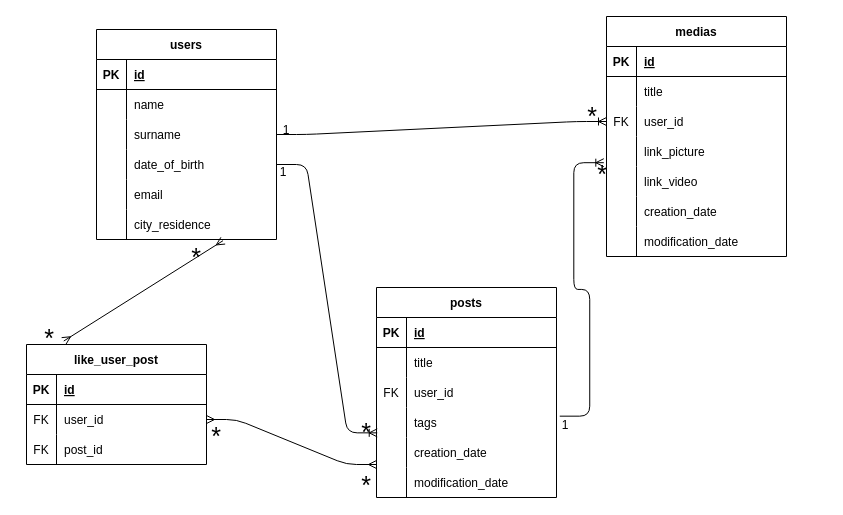
This is schema.drawio from danieledisco/social-platform, a draw.io file, before an edit. Source tidied: cells renumbered, new cells numbered last; positions are measured from the earlier drawing's top-left corner, leaving out a move shared by most shapes. Both pictures are drawn from the tidied source at 100%, with x=0, y=0 at pixel (26, 16).
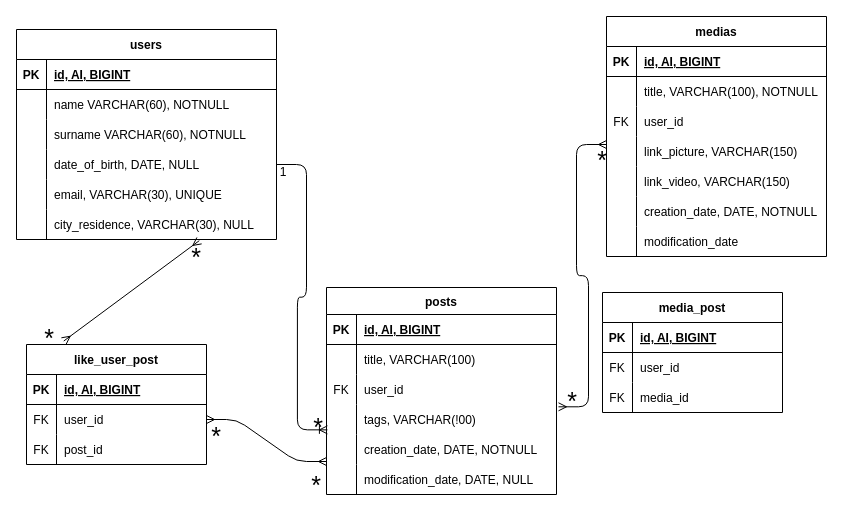
After the change.

Unchanged cells that the change refers to:
```xml
<mxCell id="70" style="shape=tableRow;horizontal=0;startSize=0;swimlaneHead=0;swimlaneBody=0;fillColor=none;top=0;left=0;right=0;bottom=1;" parent="69" vertex="1">
  <mxGeometry y="30" width="180" height="30" as="geometry" />
</mxCell>
```

The edit, as a diff of the source:
```diff
@@
     <mxCell id="2" value="users" style="shape=table;startSize=30;childLayout=tableLayout;rowLines=0;fontStyle=1;align=center;" parent="1" vertex="1">
-      <mxGeometry x="70" y="13" width="180" height="210" as="geometry" />
+      <mxGeometry x="-10" y="13" width="260" height="210" as="geometry" />
     </mxCell>
     <mxCell id="3" style="shape=tableRow;horizontal=0;startSize=0;swimlaneHead=0;swimlaneBody=0;fillColor=none;top=0;left=0;right=0;bottom=1;" parent="2" vertex="1">
-      <mxGeometry y="30" width="180" height="30" as="geometry" />
+      <mxGeometry y="30" width="260" height="30" as="geometry" />
     </mxCell>
@@
-    <mxCell id="5" value="id" style="shape=partialRectangle;fillColor=none;top=0;left=0;bottom=0;right=0;align=left;spacingLeft=6;fontStyle=5;overflow=hidden;" parent="3" vertex="1">
-      <mxGeometry x="30" width="150" height="30" as="geometry" />
+    <mxCell id="5" value="id, AI, BIGINT" style="shape=partialRectangle;fillColor=none;top=0;left=0;bottom=0;right=0;align=left;spacingLeft=6;fontStyle=5;overflow=hidden;" parent="3" vertex="1">
+      <mxGeometry x="30" width="230" height="30" as="geometry" />
     </mxCell>
     <mxCell id="6" style="shape=tableRow;horizontal=0;startSize=0;swimlaneHead=0;swimlaneBody=0;fillColor=none;top=0;left=0;right=0;bottom=0;" parent="2" vertex="1">
-      <mxGeometry y="60" width="180" height="30" as="geometry" />
+      <mxGeometry y="60" width="260" height="30" as="geometry" />
     </mxCell>
@@
-    <mxCell id="8" value="name" style="shape=partialRectangle;fillColor=none;top=0;left=0;bottom=0;right=0;align=left;spacingLeft=6;overflow=hidden;" parent="6" vertex="1">
-      <mxGeometry x="30" width="150" height="30" as="geometry" />
+    <mxCell id="8" value="name VARCHAR(60), NOTNULL" style="shape=partialRectangle;fillColor=none;top=0;left=0;bottom=0;right=0;align=left;spacingLeft=6;overflow=hidden;" parent="6" vertex="1">
+      <mxGeometry x="30" width="230" height="30" as="geometry" />
     </mxCell>
     <mxCell id="9" style="shape=tableRow;horizontal=0;startSize=0;swimlaneHead=0;swimlaneBody=0;fillColor=none;points=[[0,0.5],[1,0.5]];portConstraint=eastwest;top=0;left=0;right=0;bottom=0;" parent="2" vertex="1">
-      <mxGeometry y="90" width="180" height="30" as="geometry" />
+      <mxGeometry y="90" width="260" height="30" as="geometry" />
     </mxCell>
@@
-    <mxCell id="11" value="surname" style="shape=partialRectangle;fillColor=none;top=0;left=0;bottom=0;right=0;align=left;spacingLeft=6;overflow=hidden;" parent="9" vertex="1">
-      <mxGeometry x="30" width="150" height="30" as="geometry" />
+    <mxCell id="11" value="surname VARCHAR(60), NOTNULL" style="shape=partialRectangle;fillColor=none;top=0;left=0;bottom=0;right=0;align=left;spacingLeft=6;overflow=hidden;" parent="9" vertex="1">
+      <mxGeometry x="30" width="230" height="30" as="geometry" />
     </mxCell>
     <mxCell id="12" style="shape=tableRow;horizontal=0;startSize=0;swimlaneHead=0;swimlaneBody=0;fillColor=none;points=[[0,0.5],[1,0.5]];portConstraint=eastwest;top=0;left=0;right=0;bottom=0;" parent="2" vertex="1">
-      <mxGeometry y="120" width="180" height="30" as="geometry" />
+      <mxGeometry y="120" width="260" height="30" as="geometry" />
     </mxCell>
@@
-    <mxCell id="14" value="date_of_birth" style="shape=partialRectangle;fillColor=none;top=0;left=0;bottom=0;right=0;align=left;spacingLeft=6;overflow=hidden;" parent="12" vertex="1">
-      <mxGeometry x="30" width="150" height="30" as="geometry" />
+    <mxCell id="14" value="date_of_birth, DATE, NULL" style="shape=partialRectangle;fillColor=none;top=0;left=0;bottom=0;right=0;align=left;spacingLeft=6;overflow=hidden;" parent="12" vertex="1">
+      <mxGeometry x="30" width="230" height="30" as="geometry" />
     </mxCell>
     <mxCell id="15" style="shape=tableRow;horizontal=0;startSize=0;swimlaneHead=0;swimlaneBody=0;fillColor=none;top=0;left=0;right=0;bottom=0;" parent="2" vertex="1">
-      <mxGeometry y="150" width="180" height="30" as="geometry" />
+      <mxGeometry y="150" width="260" height="30" as="geometry" />
     </mxCell>
@@
-    <mxCell id="17" value="email" style="shape=partialRectangle;fillColor=none;top=0;left=0;bottom=0;right=0;align=left;spacingLeft=6;overflow=hidden;" parent="15" vertex="1">
-      <mxGeometry x="30" width="150" height="30" as="geometry" />
+    <mxCell id="17" value="email, VARCHAR(30), UNIQUE" style="shape=partialRectangle;fillColor=none;top=0;left=0;bottom=0;right=0;align=left;spacingLeft=6;overflow=hidden;" parent="15" vertex="1">
+      <mxGeometry x="30" width="230" height="30" as="geometry" />
     </mxCell>
     <mxCell id="18" style="shape=tableRow;horizontal=0;startSize=0;swimlaneHead=0;swimlaneBody=0;fillColor=none;points=[[0,0.5],[1,0.5]];portConstraint=eastwest;top=0;left=0;right=0;bottom=0;" parent="2" vertex="1">
-      <mxGeometry y="180" width="180" height="30" as="geometry" />
+      <mxGeometry y="180" width="260" height="30" as="geometry" />
     </mxCell>
@@
-    <mxCell id="20" value="city_residence" style="shape=partialRectangle;fillColor=none;top=0;left=0;bottom=0;right=0;align=left;spacingLeft=6;overflow=hidden;" parent="18" vertex="1">
-      <mxGeometry x="30" width="150" height="30" as="geometry" />
+    <mxCell id="20" value="city_residence, VARCHAR(30), NULL" style="shape=partialRectangle;fillColor=none;top=0;left=0;bottom=0;right=0;align=left;spacingLeft=6;overflow=hidden;" parent="18" vertex="1">
+      <mxGeometry x="30" width="230" height="30" as="geometry" />
     </mxCell>
-    <mxCell id="21" value="posts" style="shape=table;startSize=30;childLayout=tableLayout;rowLines=0;fontStyle=1;align=center;" parent="1" vertex="1">
-      <mxGeometry x="350" y="271" width="180" height="210" as="geometry" />
+    <mxCell id="21" value="posts" style="shape=table;startSize=27;childLayout=tableLayout;rowLines=0;fontStyle=1;align=center;" parent="1" vertex="1">
+      <mxGeometry x="300" y="271" width="230" height="207" as="geometry" />
     </mxCell>
     <mxCell id="22" style="shape=tableRow;horizontal=0;startSize=0;swimlaneHead=0;swimlaneBody=0;fillColor=none;top=0;left=0;right=0;bottom=1;" parent="21" vertex="1">
-      <mxGeometry y="30" width="180" height="30" as="geometry" />
+      <mxGeometry y="27" width="230" height="30" as="geometry" />
     </mxCell>
@@
-    <mxCell id="24" value="id" style="shape=partialRectangle;fillColor=none;top=0;left=0;bottom=0;right=0;align=left;spacingLeft=6;fontStyle=5;overflow=hidden;" parent="22" vertex="1">
-      <mxGeometry x="30" width="150" height="30" as="geometry" />
+    <mxCell id="24" value="id, AI, BIGINT" style="shape=partialRectangle;fillColor=none;top=0;left=0;bottom=0;right=0;align=left;spacingLeft=6;fontStyle=5;overflow=hidden;" parent="22" vertex="1">
+      <mxGeometry x="30" width="200" height="30" as="geometry" />
     </mxCell>
     <mxCell id="25" style="shape=tableRow;horizontal=0;startSize=0;swimlaneHead=0;swimlaneBody=0;fillColor=none;top=0;left=0;right=0;bottom=0;" parent="21" vertex="1">
-      <mxGeometry y="60" width="180" height="30" as="geometry" />
+      <mxGeometry y="57" width="230" height="30" as="geometry" />
     </mxCell>
@@
-    <mxCell id="27" value="title" style="shape=partialRectangle;fillColor=none;top=0;left=0;bottom=0;right=0;align=left;spacingLeft=6;overflow=hidden;" parent="25" vertex="1">
-      <mxGeometry x="30" width="150" height="30" as="geometry" />
+    <mxCell id="27" value="title, VARCHAR(100)" style="shape=partialRectangle;fillColor=none;top=0;left=0;bottom=0;right=0;align=left;spacingLeft=6;overflow=hidden;" parent="25" vertex="1">
+      <mxGeometry x="30" width="200" height="30" as="geometry" />
     </mxCell>
     <mxCell id="28" style="shape=tableRow;horizontal=0;startSize=0;swimlaneHead=0;swimlaneBody=0;fillColor=none;top=0;left=0;right=0;bottom=0;" parent="21" vertex="1">
-      <mxGeometry y="90" width="180" height="30" as="geometry" />
+      <mxGeometry y="87" width="230" height="30" as="geometry" />
     </mxCell>
@@
     <mxCell id="30" value="user_id" style="shape=partialRectangle;fillColor=none;top=0;left=0;bottom=0;right=0;align=left;spacingLeft=6;overflow=hidden;" parent="28" vertex="1">
-      <mxGeometry x="30" width="150" height="30" as="geometry" />
+      <mxGeometry x="30" width="200" height="30" as="geometry" />
     </mxCell>
     <mxCell id="31" style="shape=tableRow;horizontal=0;startSize=0;swimlaneHead=0;swimlaneBody=0;fillColor=none;points=[[0,0.5],[1,0.5]];portConstraint=eastwest;top=0;left=0;right=0;bottom=0;" parent="21" vertex="1">
-      <mxGeometry y="120" width="180" height="30" as="geometry" />
+      <mxGeometry y="117" width="230" height="30" as="geometry" />
     </mxCell>
@@
-    <mxCell id="33" value="tags" style="shape=partialRectangle;fillColor=none;top=0;left=0;bottom=0;right=0;align=left;spacingLeft=6;overflow=hidden;" parent="31" vertex="1">
-      <mxGeometry x="30" width="150" height="30" as="geometry" />
+    <mxCell id="33" value="tags, VARCHAR(!00)" style="shape=partialRectangle;fillColor=none;top=0;left=0;bottom=0;right=0;align=left;spacingLeft=6;overflow=hidden;" parent="31" vertex="1">
+      <mxGeometry x="30" width="200" height="30" as="geometry" />
     </mxCell>
     <mxCell id="34" style="shape=tableRow;horizontal=0;startSize=0;swimlaneHead=0;swimlaneBody=0;fillColor=none;points=[[0,0.5],[1,0.5]];portConstraint=eastwest;top=0;left=0;right=0;bottom=0;" parent="21" vertex="1">
-      <mxGeometry y="150" width="180" height="30" as="geometry" />
+      <mxGeometry y="147" width="230" height="30" as="geometry" />
     </mxCell>
@@
-    <mxCell id="36" value="creation_date" style="shape=partialRectangle;fillColor=none;top=0;left=0;bottom=0;right=0;align=left;spacingLeft=6;overflow=hidden;" parent="34" vertex="1">
-      <mxGeometry x="30" width="150" height="30" as="geometry" />
+    <mxCell id="36" value="creation_date, DATE, NOTNULL" style="shape=partialRectangle;fillColor=none;top=0;left=0;bottom=0;right=0;align=left;spacingLeft=6;overflow=hidden;" parent="34" vertex="1">
+      <mxGeometry x="30" width="200" height="30" as="geometry" />
     </mxCell>
     <mxCell id="37" style="shape=tableRow;horizontal=0;startSize=0;swimlaneHead=0;swimlaneBody=0;fillColor=none;top=0;left=0;right=0;bottom=0;" parent="21" vertex="1">
-      <mxGeometry y="180" width="180" height="30" as="geometry" />
+      <mxGeometry y="177" width="230" height="30" as="geometry" />
     </mxCell>
@@
-    <mxCell id="39" value="modification_date" style="shape=partialRectangle;fillColor=none;top=0;left=0;bottom=0;right=0;align=left;spacingLeft=6;overflow=hidden;" parent="37" vertex="1">
-      <mxGeometry x="30" width="150" height="30" as="geometry" />
+    <mxCell id="39" value="modification_date, DATE, NULL" style="shape=partialRectangle;fillColor=none;top=0;left=0;bottom=0;right=0;align=left;spacingLeft=6;overflow=hidden;" parent="37" vertex="1">
+      <mxGeometry x="30" width="200" height="30" as="geometry" />
     </mxCell>
     <mxCell id="40" value="medias" style="shape=table;startSize=30;childLayout=tableLayout;rowLines=0;fontStyle=1;align=center;" parent="1" vertex="1">
-      <mxGeometry x="580" width="180" height="240" as="geometry" />
+      <mxGeometry x="580" width="220" height="240" as="geometry" />
     </mxCell>
     <mxCell id="41" style="shape=tableRow;horizontal=0;startSize=0;swimlaneHead=0;swimlaneBody=0;fillColor=none;top=0;left=0;right=0;bottom=1;" parent="40" vertex="1">
-      <mxGeometry y="30" width="180" height="30" as="geometry" />
+      <mxGeometry y="30" width="220" height="30" as="geometry" />
     </mxCell>
@@
-    <mxCell id="43" value="id" style="shape=partialRectangle;fillColor=none;top=0;left=0;bottom=0;right=0;align=left;spacingLeft=6;fontStyle=5;overflow=hidden;" parent="41" vertex="1">
-      <mxGeometry x="30" width="150" height="30" as="geometry" />
+    <mxCell id="43" value="id, AI, BIGINT" style="shape=partialRectangle;fillColor=none;top=0;left=0;bottom=0;right=0;align=left;spacingLeft=6;fontStyle=5;overflow=hidden;" parent="41" vertex="1">
+      <mxGeometry x="30" width="190" height="30" as="geometry" />
     </mxCell>
     <mxCell id="44" style="shape=tableRow;horizontal=0;startSize=0;swimlaneHead=0;swimlaneBody=0;fillColor=none;top=0;left=0;right=0;bottom=0;" parent="40" vertex="1">
-      <mxGeometry y="60" width="180" height="30" as="geometry" />
+      <mxGeometry y="60" width="220" height="30" as="geometry" />
     </mxCell>
@@
-    <mxCell id="46" value="title" style="shape=partialRectangle;fillColor=none;top=0;left=0;bottom=0;right=0;align=left;spacingLeft=6;overflow=hidden;" parent="44" vertex="1">
-      <mxGeometry x="30" width="150" height="30" as="geometry" />
+    <mxCell id="46" value="title, VARCHAR(100), NOTNULL" style="shape=partialRectangle;fillColor=none;top=0;left=0;bottom=0;right=0;align=left;spacingLeft=6;overflow=hidden;" parent="44" vertex="1">
+      <mxGeometry x="30" width="190" height="30" as="geometry" />
     </mxCell>
     <mxCell id="47" style="shape=tableRow;horizontal=0;startSize=0;swimlaneHead=0;swimlaneBody=0;fillColor=none;points=[[0,0.5],[1,0.5]];portConstraint=eastwest;top=0;left=0;right=0;bottom=0;" parent="40" vertex="1">
-      <mxGeometry y="90" width="180" height="30" as="geometry" />
+      <mxGeometry y="90" width="220" height="30" as="geometry" />
     </mxCell>
@@
     <mxCell id="49" value="user_id" style="shape=partialRectangle;fillColor=none;top=0;left=0;bottom=0;right=0;align=left;spacingLeft=6;overflow=hidden;" parent="47" vertex="1">
-      <mxGeometry x="30" width="150" height="30" as="geometry" />
+      <mxGeometry x="30" width="190" height="30" as="geometry" />
     </mxCell>
     <mxCell id="50" style="shape=tableRow;horizontal=0;startSize=0;swimlaneHead=0;swimlaneBody=0;fillColor=none;top=0;left=0;right=0;bottom=0;" parent="40" vertex="1">
-      <mxGeometry y="120" width="180" height="30" as="geometry" />
+      <mxGeometry y="120" width="220" height="30" as="geometry" />
     </mxCell>
@@
-    <mxCell id="52" value="link_picture" style="shape=partialRectangle;fillColor=none;top=0;left=0;bottom=0;right=0;align=left;spacingLeft=6;overflow=hidden;" parent="50" vertex="1">
-      <mxGeometry x="30" width="150" height="30" as="geometry" />
+    <mxCell id="52" value="link_picture, VARCHAR(150)" style="shape=partialRectangle;fillColor=none;top=0;left=0;bottom=0;right=0;align=left;spacingLeft=6;overflow=hidden;" parent="50" vertex="1">
+      <mxGeometry x="30" width="190" height="30" as="geometry" />
     </mxCell>
     <mxCell id="53" style="shape=tableRow;horizontal=0;startSize=0;swimlaneHead=0;swimlaneBody=0;fillColor=none;points=[[0,0.5],[1,0.5]];portConstraint=eastwest;top=0;left=0;right=0;bottom=0;" parent="40" vertex="1">
-      <mxGeometry y="150" width="180" height="30" as="geometry" />
+      <mxGeometry y="150" width="220" height="30" as="geometry" />
     </mxCell>
@@
-    <mxCell id="55" value="link_video" style="shape=partialRectangle;fillColor=none;top=0;left=0;bottom=0;right=0;align=left;spacingLeft=6;overflow=hidden;" parent="53" vertex="1">
-      <mxGeometry x="30" width="150" height="30" as="geometry" />
+    <mxCell id="55" value="link_video, VARCHAR(150)" style="shape=partialRectangle;fillColor=none;top=0;left=0;bottom=0;right=0;align=left;spacingLeft=6;overflow=hidden;" parent="53" vertex="1">
+      <mxGeometry x="30" width="190" height="30" as="geometry" />
     </mxCell>
     <mxCell id="56" style="shape=tableRow;horizontal=0;startSize=0;swimlaneHead=0;swimlaneBody=0;fillColor=none;top=0;left=0;right=0;bottom=0;" parent="40" vertex="1">
-      <mxGeometry y="180" width="180" height="30" as="geometry" />
+      <mxGeometry y="180" width="220" height="30" as="geometry" />
     </mxCell>
@@
-    <mxCell id="58" value="creation_date" style="shape=partialRectangle;fillColor=none;top=0;left=0;bottom=0;right=0;align=left;spacingLeft=6;overflow=hidden;" parent="56" vertex="1">
-      <mxGeometry x="30" width="150" height="30" as="geometry" />
+    <mxCell id="58" value="creation_date, DATE, NOTNULL" style="shape=partialRectangle;fillColor=none;top=0;left=0;bottom=0;right=0;align=left;spacingLeft=6;overflow=hidden;" parent="56" vertex="1">
+      <mxGeometry x="30" width="190" height="30" as="geometry" />
     </mxCell>
     <mxCell id="59" style="shape=tableRow;horizontal=0;startSize=0;swimlaneHead=0;swimlaneBody=0;fillColor=none;top=0;left=0;right=0;bottom=0;" parent="40" vertex="1">
-      <mxGeometry y="210" width="180" height="30" as="geometry" />
+      <mxGeometry y="210" width="220" height="30" as="geometry" />
     </mxCell>
@@
     <mxCell id="61" value="modification_date" style="shape=partialRectangle;fillColor=none;top=0;left=0;bottom=0;right=0;align=left;spacingLeft=6;overflow=hidden;" parent="59" vertex="1">
-      <mxGeometry x="30" width="150" height="30" as="geometry" />
+      <mxGeometry x="30" width="190" height="30" as="geometry" />
     </mxCell>
@@
-    <mxCell id="63" style="edgeStyle=entityRelationEdgeStyle;fontSize=12;html=1;endArrow=ERoneToMany;exitX=1;exitY=0.5;exitDx=0;exitDy=0;entryX=0;entryY=0.5;entryDx=0;entryDy=0;" parent="1" edge="1" source="9" target="47">
-      <mxGeometry relative="1" as="geometry" />
-    </mxCell>
-    <mxCell id="64" style="edgeStyle=entityRelationEdgeStyle;fontSize=12;html=1;endArrow=ERoneToMany;exitX=1.018;exitY=0.289;exitDx=0;exitDy=0;exitPerimeter=0;entryX=-0.015;entryY=-0.127;entryDx=0;entryDy=0;entryPerimeter=0;" parent="1" edge="1" source="31" target="53">
-      <mxGeometry relative="1" as="geometry" />
-    </mxCell>
@@
-    <mxCell id="67" value="1" style="text;strokeColor=none;fillColor=none;spacingLeft=4;spacingRight=4;overflow=hidden;fontSize=12;align=center;verticalAlign=middle;" parent="1" vertex="1">
-      <mxGeometry x="240" y="98" width="40" height="30" as="geometry" />
-    </mxCell>
@@
-    <mxCell id="72" value="id" style="shape=partialRectangle;fillColor=none;top=0;left=0;bottom=0;right=0;align=left;spacingLeft=6;fontStyle=5;overflow=hidden;" parent="70" vertex="1">
+    <mxCell id="72" value="id, AI, BIGINT" style="shape=partialRectangle;fillColor=none;top=0;left=0;bottom=0;right=0;align=left;spacingLeft=6;fontStyle=5;overflow=hidden;" parent="70" vertex="1">
       <mxGeometry x="30" width="150" height="30" as="geometry" />
     </mxCell>
@@
-    <mxCell id="79" value="*" style="text;strokeColor=none;fillColor=none;spacingLeft=4;spacingRight=4;overflow=hidden;fontSize=25;align=center;verticalAlign=middle;" parent="1" vertex="1">
-      <mxGeometry x="546" y="82" width="40" height="30" as="geometry" />
-    </mxCell>
     <mxCell id="80" value="*" style="text;strokeColor=none;fillColor=none;spacingLeft=4;spacingRight=4;overflow=hidden;fontSize=25;align=center;verticalAlign=middle;" parent="1" vertex="1">
-      <mxGeometry x="556" y="140" width="40" height="30" as="geometry" />
+      <mxGeometry x="556" y="126" width="40" height="30" as="geometry" />
     </mxCell>
     <mxCell id="81" value="*" style="text;strokeColor=none;fillColor=none;spacingLeft=4;spacingRight=4;overflow=hidden;fontSize=25;align=center;verticalAlign=middle;" parent="1" vertex="1">
-      <mxGeometry x="320" y="451" width="40" height="30" as="geometry" />
+      <mxGeometry x="270" y="451" width="40" height="30" as="geometry" />
     </mxCell>
     <mxCell id="82" value="*" style="text;strokeColor=none;fillColor=none;spacingLeft=4;spacingRight=4;overflow=hidden;fontSize=25;align=center;verticalAlign=middle;" parent="1" vertex="1">
-      <mxGeometry x="320" y="398" width="40" height="30" as="geometry" />
+      <mxGeometry x="272" y="393" width="40" height="30" as="geometry" />
     </mxCell>
@@
-    <mxCell id="86" value="1" style="text;strokeColor=none;fillColor=none;spacingLeft=4;spacingRight=4;overflow=hidden;fontSize=12;align=center;verticalAlign=middle;" parent="1" vertex="1">
-      <mxGeometry x="519" y="393" width="40" height="30" as="geometry" />
-    </mxCell>
+    <mxCell id="87" style="edgeStyle=entityRelationEdgeStyle;fontSize=12;html=1;endArrow=ERmany;startArrow=ERmany;exitX=0.325;exitY=-0.089;exitDx=0;exitDy=0;exitPerimeter=0;" parent="1" edge="1">
+      <mxGeometry relative="1" as="geometry">
+        <mxPoint x="532" y="390.3" as="sourcePoint" />
+        <mxPoint x="580" y="128" as="targetPoint" />
+      </mxGeometry>
+    </mxCell>
+    <mxCell id="79" value="*" style="text;strokeColor=none;fillColor=none;spacingLeft=4;spacingRight=4;overflow=hidden;fontSize=25;align=center;verticalAlign=middle;" parent="1" vertex="1">
+      <mxGeometry x="526" y="367" width="40" height="30" as="geometry" />
+    </mxCell>
+    <mxCell id="88" value="media_post" style="shape=table;startSize=30;childLayout=tableLayout;rowLines=0;fontStyle=1;align=center;" parent="1" vertex="1">
+      <mxGeometry x="576" y="276" width="180" height="120" as="geometry" />
+    </mxCell>
+    <mxCell id="89" style="shape=tableRow;horizontal=0;startSize=0;swimlaneHead=0;swimlaneBody=0;fillColor=none;top=0;left=0;right=0;bottom=1;" parent="88" vertex="1">
+      <mxGeometry y="30" width="180" height="30" as="geometry" />
+    </mxCell>
+    <mxCell id="90" value="PK" style="shape=partialRectangle;fillColor=none;top=0;left=0;bottom=0;right=0;fontStyle=1;overflow=hidden;" parent="89" vertex="1">
+      <mxGeometry width="30" height="30" as="geometry" />
+    </mxCell>
+    <mxCell id="91" value="id, AI, BIGINT" style="shape=partialRectangle;fillColor=none;top=0;left=0;bottom=0;right=0;align=left;spacingLeft=6;fontStyle=5;overflow=hidden;" parent="89" vertex="1">
+      <mxGeometry x="30" width="150" height="30" as="geometry" />
+    </mxCell>
+    <mxCell id="92" style="shape=tableRow;horizontal=0;startSize=0;swimlaneHead=0;swimlaneBody=0;fillColor=none;top=0;left=0;right=0;bottom=0;" parent="88" vertex="1">
+      <mxGeometry y="60" width="180" height="30" as="geometry" />
+    </mxCell>
+    <mxCell id="93" value="FK" style="shape=partialRectangle;fillColor=none;top=0;left=0;bottom=0;right=0;overflow=hidden;" parent="92" vertex="1">
+      <mxGeometry width="30" height="30" as="geometry" />
+    </mxCell>
+    <mxCell id="94" value="user_id" style="shape=partialRectangle;fillColor=none;top=0;left=0;bottom=0;right=0;align=left;spacingLeft=6;overflow=hidden;" parent="92" vertex="1">
+      <mxGeometry x="30" width="150" height="30" as="geometry" />
+    </mxCell>
+    <mxCell id="95" style="shape=tableRow;horizontal=0;startSize=0;swimlaneHead=0;swimlaneBody=0;fillColor=none;top=0;left=0;right=0;bottom=0;" parent="88" vertex="1">
+      <mxGeometry y="90" width="180" height="30" as="geometry" />
+    </mxCell>
+    <mxCell id="96" value="FK" style="shape=partialRectangle;fillColor=none;top=0;left=0;bottom=0;right=0;overflow=hidden;" parent="95" vertex="1">
+      <mxGeometry width="30" height="30" as="geometry" />
+    </mxCell>
+    <mxCell id="97" value="media_id" style="shape=partialRectangle;fillColor=none;top=0;left=0;bottom=0;right=0;align=left;spacingLeft=6;overflow=hidden;" parent="95" vertex="1">
+      <mxGeometry x="30" width="150" height="30" as="geometry" />
+    </mxCell>
```
